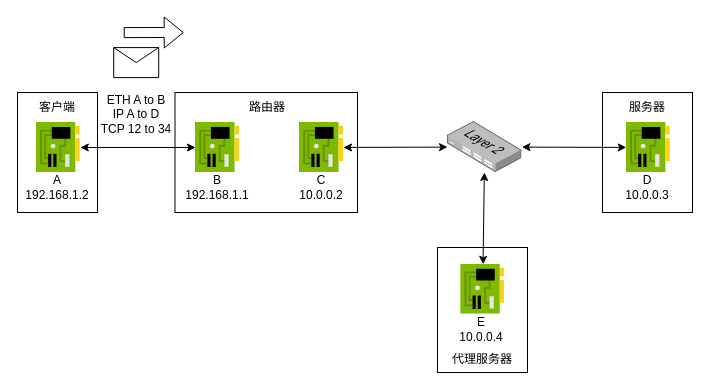
This is example_step5.dio from N2Sys-EDU/Lab3-Documentation, a draw.io file, before an edit. Source tidied: cells renumbered, new cells numbered last; positions are measured from the earlier drawing's top-left corner, leaving out a move shared by most shapes. Both pictures are drawn from the tidied source at 100%, with x=0, y=0 at pixel (17, 32).
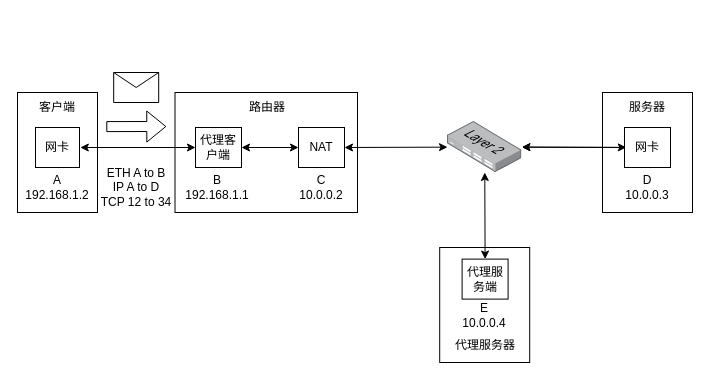
After the change.

The edit, as a diff of the source:
```diff
@@
+    <mxCell id="25" style="shape=message;html=1;html=1;labelPosition=center;verticalLabelPosition=bottom;align=center;verticalAlign=top;" parent="1" vertex="1">
+      <mxGeometry x="96.2" y="40" width="45" height="30" as="geometry" />
+    </mxCell>
+    <mxCell id="26" style="shape=flexArrow;endArrow=classic;html=1;" parent="1" edge="1">
+      <mxGeometry relative="1" as="geometry">
+        <mxPoint x="88.8" y="94.1" as="sourcePoint" />
+        <mxPoint x="148.8" y="94" as="targetPoint" />
+      </mxGeometry>
+    </mxCell>
+    <mxCell id="27" value="ETH A to B&lt;br&gt;IP A to D&lt;br&gt;TCP 12 to 34" style="text;html=1;strokeColor=none;fillColor=none;align=center;verticalAlign=middle;whiteSpace=wrap;rounded=0;" parent="1" vertex="1">
+      <mxGeometry x="80" y="125" width="77.5" height="60" as="geometry" />
+    </mxCell>
@@
-    <mxCell id="3" style="rounded=0;whiteSpace=wrap;html=1;" parent="1" vertex="1">
-      <mxGeometry x="420" y="215" width="90" height="125" as="geometry" />
-    </mxCell>
-    <mxCell id="4" style="rounded=0;whiteSpace=wrap;html=1;" parent="1" vertex="1">
-      <mxGeometry x="157.5" y="60" width="182.5" height="120" as="geometry" />
-    </mxCell>
-    <mxCell id="5" style="rounded=0;whiteSpace=wrap;html=1;" parent="1" vertex="1">
-      <mxGeometry y="60" width="80" height="120" as="geometry" />
-    </mxCell>
+    <mxCell id="28" style="rounded=0;whiteSpace=wrap;html=1;" parent="1" vertex="1">
+      <mxGeometry x="422.2" y="215" width="90" height="115" as="geometry" />
+    </mxCell>
+    <mxCell id="29" style="rounded=0;whiteSpace=wrap;html=1;" parent="1" vertex="1">
+      <mxGeometry x="157.5" y="60" width="182.5" height="120" as="geometry" />
+    </mxCell>
+    <mxCell id="30" style="rounded=0;whiteSpace=wrap;html=1;" parent="1" vertex="1">
+      <mxGeometry y="60" width="80" height="120" as="geometry" />
+    </mxCell>
@@
-    <mxCell id="7" style="sketch=0;html=1;points=[];align=center;image;fontSize=12;image=img/lib/mscae/NetworkInterfaceCard.svg;" parent="1" vertex="1">
-      <mxGeometry x="178" y="90" width="44" height="50" as="geometry" />
-    </mxCell>
-    <mxCell id="8" style="sketch=0;html=1;points=[];align=center;image;fontSize=12;image=img/lib/mscae/NetworkInterfaceCard.svg;" parent="1" vertex="1">
-      <mxGeometry x="18.8" y="90" width="44" height="50" as="geometry" />
-    </mxCell>
@@
-    <mxCell id="12" style="endArrow=classic;startArrow=classic;html=1;" parent="1" edge="1" source="8" target="7">
-      <mxGeometry relative="1" as="geometry" />
-    </mxCell>
-    <mxCell id="13" style="sketch=0;html=1;points=[];align=center;image;fontSize=12;image=img/lib/mscae/NetworkInterfaceCard.svg;" parent="1" vertex="1">
-      <mxGeometry x="282" y="90" width="44" height="50" as="geometry" />
-    </mxCell>
+    <mxCell id="31" style="endArrow=classic;startArrow=classic;html=1;" parent="1" edge="1">
+      <mxGeometry relative="1" as="geometry">
+        <mxPoint x="62.8" y="115" as="sourcePoint" />
+        <mxPoint x="178" y="115" as="targetPoint" />
+      </mxGeometry>
+    </mxCell>
@@
-    <mxCell id="16" style="sketch=0;html=1;points=[];align=center;image;fontSize=12;image=img/lib/mscae/NetworkInterfaceCard.svg;" parent="1" vertex="1">
-      <mxGeometry x="608.8" y="90" width="44" height="50" as="geometry" />
-    </mxCell>
@@
-    <mxCell id="18" style="endArrow=classic;startArrow=classic;html=1;" parent="1" edge="1" source="13" target="19">
-      <mxGeometry relative="1" as="geometry" />
-    </mxCell>
-    <mxCell id="19" style="points=[];html=1;align=center;shadow=0;dashed=0;image;image=img/lib/allied_telesis/switch/Switch_24_port_L2.svg;" parent="1" vertex="1">
-      <mxGeometry x="430" y="89" width="74.4" height="51" as="geometry" />
-    </mxCell>
-    <mxCell id="20" style="endArrow=classic;startArrow=classic;html=1;" parent="1" edge="1" source="19" target="16">
-      <mxGeometry relative="1" as="geometry" />
-    </mxCell>
+    <mxCell id="32" style="endArrow=classic;startArrow=classic;html=1;exitX=1;exitY=0.5;exitDx=0;exitDy=0;" parent="1" edge="1" source="39" target="33">
+      <mxGeometry relative="1" as="geometry" />
+    </mxCell>
+    <mxCell id="33" style="points=[];html=1;align=center;shadow=0;dashed=0;image;image=img/lib/allied_telesis/switch/Switch_24_port_L2.svg;" parent="1" vertex="1">
+      <mxGeometry x="430" y="89" width="74.4" height="51" as="geometry" />
+    </mxCell>
+    <mxCell id="34" style="endArrow=classic;startArrow=classic;html=1;" parent="1" edge="1" source="33">
+      <mxGeometry relative="1" as="geometry">
+        <mxPoint x="608.8" y="114.9" as="targetPoint" />
+      </mxGeometry>
+    </mxCell>
     <mxCell id="21" value="代理服务器" style="text;html=1;strokeColor=none;fillColor=none;align=center;verticalAlign=middle;whiteSpace=wrap;rounded=0;" parent="1" vertex="1">
-      <mxGeometry x="425.2" y="311.8" width="80" height="30" as="geometry" />
+      <mxGeometry x="427.6" y="298.4" width="80" height="30" as="geometry" />
     </mxCell>
-    <mxCell id="22" style="sketch=0;html=1;points=[];align=center;image;fontSize=12;image=img/lib/mscae/NetworkInterfaceCard.svg;" parent="1" vertex="1">
-      <mxGeometry x="443.2" y="231.8" width="44" height="50" as="geometry" />
-    </mxCell>
     <mxCell id="23" value="E&lt;br&gt;10.0.0.4" style="text;html=1;strokeColor=none;fillColor=none;align=center;verticalAlign=middle;whiteSpace=wrap;rounded=0;" parent="1" vertex="1">
-      <mxGeometry x="424.4" y="281.8" width="80" height="30" as="geometry" />
+      <mxGeometry x="426.8" y="268.4" width="80" height="30" as="geometry" />
     </mxCell>
-    <mxCell id="24" style="endArrow=classic;startArrow=classic;html=1;" parent="1" edge="1" source="19" target="22">
-      <mxGeometry relative="1" as="geometry" />
-    </mxCell>
-    <mxCell id="25" style="shape=message;html=1;html=1;labelPosition=center;verticalLabelPosition=bottom;align=center;verticalAlign=top;" parent="1" vertex="1">
-      <mxGeometry x="96.2" y="15.1" width="45" height="30" as="geometry" />
-    </mxCell>
-    <mxCell id="26" style="shape=flexArrow;endArrow=classic;html=1;" parent="1" edge="1">
-      <mxGeometry relative="1" as="geometry">
-        <mxPoint x="106.2" y="0.1" as="sourcePoint" />
-        <mxPoint x="166.2" as="targetPoint" />
-      </mxGeometry>
-    </mxCell>
-    <mxCell id="27" value="ETH A to B&lt;br&gt;IP A to D&lt;br&gt;TCP 12 to 34" style="text;html=1;strokeColor=none;fillColor=none;align=center;verticalAlign=middle;whiteSpace=wrap;rounded=0;" parent="1" vertex="1">
-      <mxGeometry x="80" y="51.8" width="77.5" height="60" as="geometry" />
-    </mxCell>
+    <mxCell id="35" style="endArrow=classic;startArrow=classic;html=1;entryX=0.5;entryY=0;entryDx=0;entryDy=0;" parent="1" edge="1" source="33" target="42">
+      <mxGeometry relative="1" as="geometry" />
+    </mxCell>
+    <mxCell id="36" value="网卡" style="rounded=0;whiteSpace=wrap;html=1;" parent="1" vertex="1">
+      <mxGeometry x="18" y="95" width="44" height="40" as="geometry" />
+    </mxCell>
+    <mxCell id="37" style="edgeStyle=none;html=1;exitX=1;exitY=0.5;exitDx=0;exitDy=0;entryX=0;entryY=0.5;entryDx=0;entryDy=0;startArrow=classic;startFill=1;" parent="1" edge="1" source="38" target="39">
+      <mxGeometry relative="1" as="geometry" />
+    </mxCell>
+    <mxCell id="38" value="代理客户端" style="rounded=0;whiteSpace=wrap;html=1;" parent="1" vertex="1">
+      <mxGeometry x="178" y="95" width="46" height="40" as="geometry" />
+    </mxCell>
+    <mxCell id="39" value="NAT" style="rounded=0;whiteSpace=wrap;html=1;" parent="1" vertex="1">
+      <mxGeometry x="281" y="95" width="46" height="40" as="geometry" />
+    </mxCell>
+    <mxCell id="40" style="edgeStyle=none;html=1;exitX=0;exitY=0.5;exitDx=0;exitDy=0;" parent="1" edge="1" source="41" target="33">
+      <mxGeometry relative="1" as="geometry" />
+    </mxCell>
+    <mxCell id="41" value="网卡" style="rounded=0;whiteSpace=wrap;html=1;" parent="1" vertex="1">
+      <mxGeometry x="607" y="95" width="46" height="40" as="geometry" />
+    </mxCell>
+    <mxCell id="42" value="代理服务端" style="rounded=0;whiteSpace=wrap;html=1;" parent="1" vertex="1">
+      <mxGeometry x="444.6" y="226.6" width="46" height="40" as="geometry" />
+    </mxCell>
```
